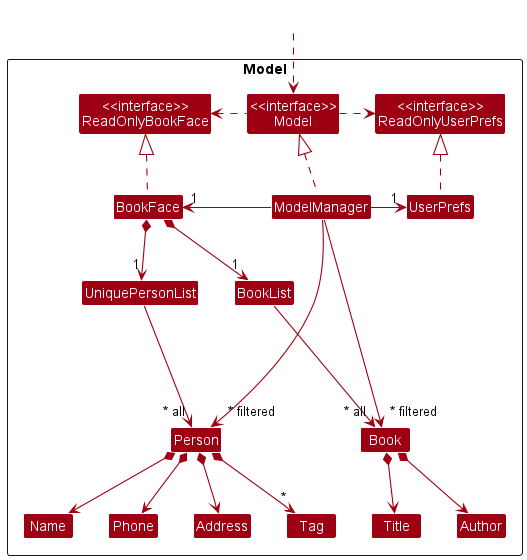
Above: docs/images/ModelClassDiagram.png in nus-cs2103-AY2223S1/tp (PlantUML), before the change.
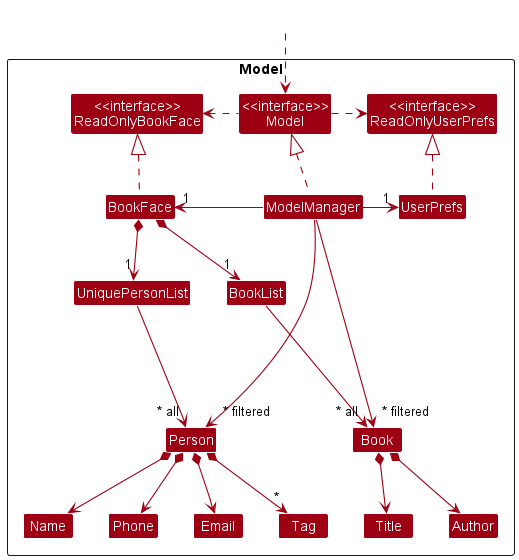
Above is the later version.

Commit message:
Update model class diagram by replacing address with email.

What changed in the source:
```diff
@@ -14,7 +14,7 @@
 
 Class UniquePersonList
 Class Person
-Class Address
+Class Email
 Class Name
 Class Phone
 Class Tag
@@ -43,12 +43,12 @@
 BookList ---> "~* all" Book
 Person *--> Name
 Person *--> Phone
-Person *--> Address
+Person *--> Email
 Person *--> "*" Tag
 Book *--> Title
 Book *--> Author
 Name -[hidden]right-> Phone
-Phone -[hidden]right-> Address
+Phone -[hidden]right-> Email
 
 ModelManager --> "~* filtered" Person
 ModelManager --> "~* filtered" Book
```
